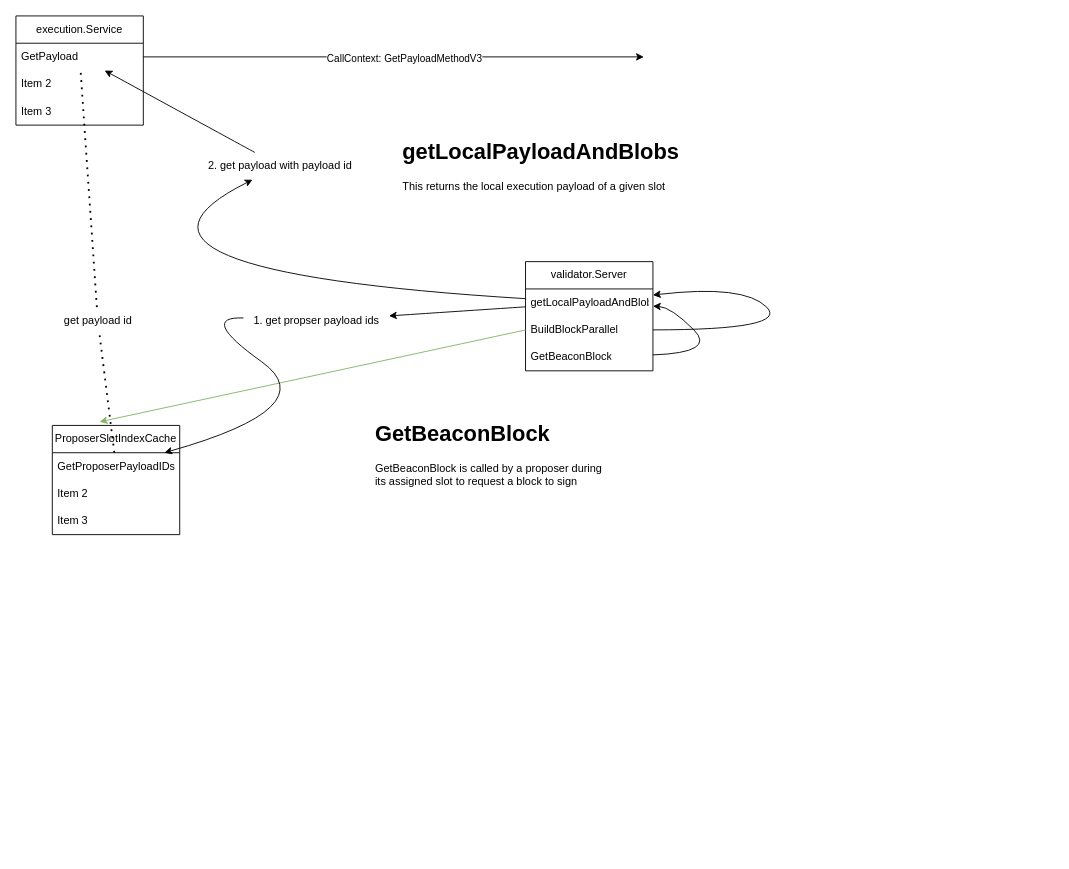
Before: eth/beacon.drawio in uz2020/draw, a draw.io diagram. Source tidied: cells renumbered, new cells numbered last; positions are measured from the earlier drawing's top-left corner, leaving out a move shared by most shapes. Both pictures are drawn from the tidied source at 91%, with x=0, y=0 at pixel (15, 15).
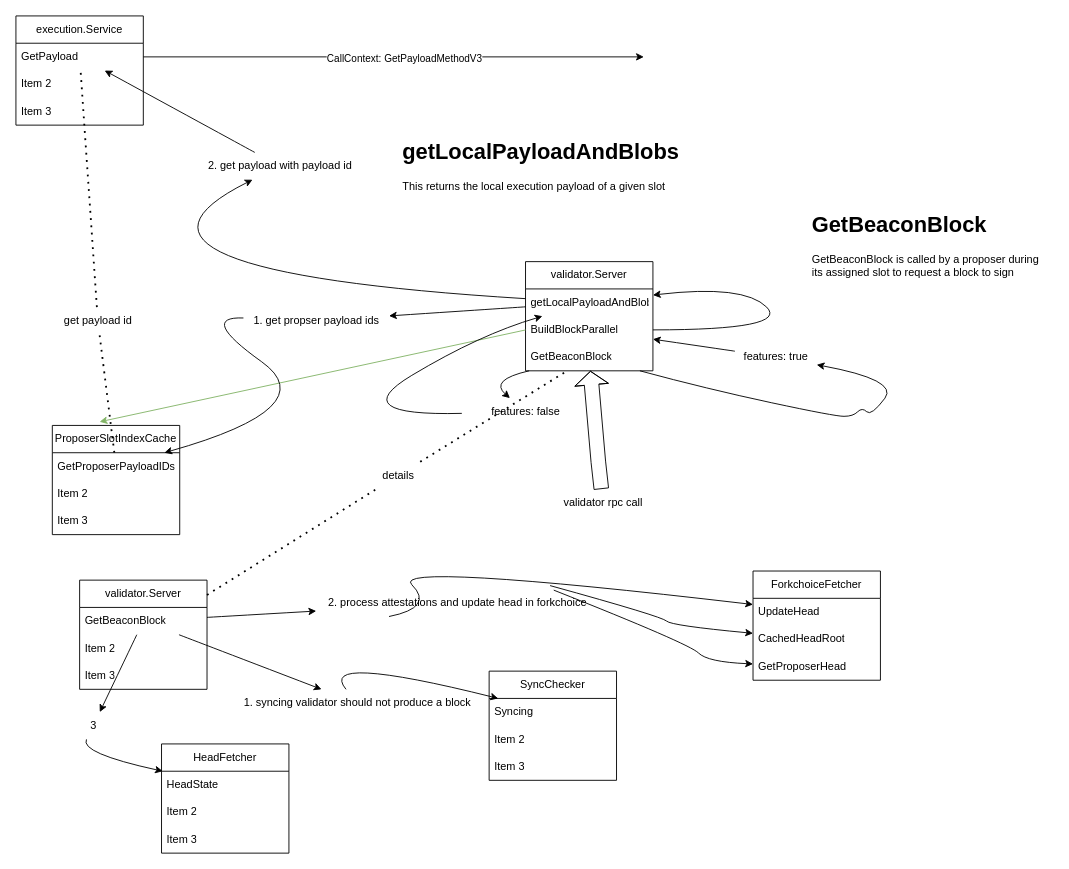
The same diagram, later.

Unchanged cells that the change refers to:
```xml
<mxCell id="9" value="validator.Server" style="swimlane;fontStyle=0;horizontal=1;startSize=30;whiteSpace=wrap;html=1;" parent="1" vertex="1">
  <mxGeometry x="560" y="270" width="140" height="120" as="geometry" />
</mxCell>
<mxCell id="10" value="getLocalPayloadAndBlobs" style="text;strokeColor=none;fillColor=none;align=left;verticalAlign=middle;spacingLeft=4;spacingRight=4;overflow=hidden;points=[[0,0.5],[1,0.5]];portConstraint=eastwest;whiteSpace=wrap;html=1;" parent="9" vertex="1">
  <mxGeometry y="30" width="140" height="30" as="geometry" />
</mxCell>
<mxCell id="11" value="BuildBlockParallel" style="text;strokeColor=none;fillColor=none;align=left;verticalAlign=middle;spacingLeft=4;spacingRight=4;overflow=hidden;points=[[0,0.5],[1,0.5]];portConstraint=eastwest;whiteSpace=wrap;html=1;" parent="9" vertex="1">
  <mxGeometry y="60" width="140" height="30" as="geometry" />
</mxCell>
<mxCell id="12" value="GetBeaconBlock" style="text;strokeColor=none;fillColor=none;align=left;verticalAlign=middle;spacingLeft=4;spacingRight=4;overflow=hidden;points=[[0,0.5],[1,0.5]];portConstraint=eastwest;whiteSpace=wrap;html=1;" parent="9" vertex="1">
  <mxGeometry y="90" width="140" height="30" as="geometry" />
</mxCell>
```

The edit, as a diff of the source:
```diff
@@
-    <mxCell id="14" style="curved=1;endArrow=classic;html=1;rounded=0;" parent="9" edge="1" source="12" target="10">
-      <mxGeometry relative="1" as="geometry">
-        <Array as="points">
-          <mxPoint x="210" y="100" />
-          <mxPoint x="160" y="50" />
-        </Array>
-      </mxGeometry>
-    </mxCell>
@@
     <mxCell id="30" value="&lt;h1&gt;GetBeaconBlock&lt;/h1&gt;&lt;div&gt;GetBeaconBlock is called by a proposer during its assigned slot to request a block to sign&lt;br&gt;&lt;/div&gt;" style="text;html=1;strokeColor=none;fillColor=none;spacing=5;spacingTop=-20;whiteSpace=wrap;overflow=hidden;rounded=0;" parent="1" vertex="1">
-      <mxGeometry x="390" y="440" width="270" height="110" as="geometry" />
+      <mxGeometry x="870" y="210" width="270" height="110" as="geometry" />
     </mxCell>
+    <mxCell id="31" style="shape=flexArrow;endArrow=classic;html=1;rounded=0;width=16;endSize=4.62;" parent="1" edge="1" source="39" target="12">
+      <mxGeometry relative="1" as="geometry">
+        <Array as="points">
+          <mxPoint x="640" y="490" />
+        </Array>
+      </mxGeometry>
+    </mxCell>
+    <mxCell id="32" value="features: true" style="text;html=1;align=center;verticalAlign=middle;points=[];strokeColor=none;fillColor=none;" parent="1" vertex="1">
+      <mxGeometry x="790" y="360" width="90" height="30" as="geometry" />
+    </mxCell>
+    <mxCell id="33" style="curved=1;endArrow=classic;html=1;rounded=0;" parent="1" edge="1" source="12" target="32">
+      <mxGeometry relative="1" as="geometry">
+        <Array as="points">
+          <mxPoint x="760" y="410" />
+          <mxPoint x="900" y="440" />
+          <mxPoint x="920" y="440" />
+          <mxPoint x="930" y="430" />
+          <mxPoint x="940" y="440" />
+          <mxPoint x="970" y="400" />
+        </Array>
+      </mxGeometry>
+    </mxCell>
+    <mxCell id="34" style="curved=1;endArrow=classic;html=1;rounded=0;" parent="1" edge="1" source="32" target="11">
+      <mxGeometry relative="1" as="geometry" />
+    </mxCell>
+    <mxCell id="35" value="features: false" style="text;html=1;align=center;verticalAlign=middle;points=[];strokeColor=none;fillColor=none;" parent="1" vertex="1">
+      <mxGeometry x="490" y="420" width="140" height="30" as="geometry" />
+    </mxCell>
+    <mxCell id="36" style="curved=1;endArrow=classic;html=1;rounded=0;" parent="1" edge="1" source="12" target="35">
+      <mxGeometry relative="1" as="geometry">
+        <Array as="points">
+          <mxPoint x="520" y="400" />
+        </Array>
+      </mxGeometry>
+    </mxCell>
+    <mxCell id="37" style="curved=1;endArrow=classic;html=1;rounded=0;" parent="1" edge="1" source="35" target="10">
+      <mxGeometry relative="1" as="geometry">
+        <Array as="points">
+          <mxPoint x="360" y="440" />
+          <mxPoint x="510" y="350" />
+        </Array>
+      </mxGeometry>
+    </mxCell>
+    <mxCell id="38" style="shape=flexArrow;endArrow=classic;html=1;rounded=0;width=16;endSize=4.62;" parent="1" edge="1" target="39">
+      <mxGeometry relative="1" as="geometry">
+        <mxPoint x="640" y="550" as="sourcePoint" />
+      </mxGeometry>
+    </mxCell>
+    <mxCell id="39" value="validator rpc call&lt;br&gt;" style="text;html=1;align=center;verticalAlign=middle;points=[];strokeColor=none;fillColor=none;" parent="1" vertex="1">
+      <mxGeometry x="590" y="520" width="110" height="30" as="geometry" />
+    </mxCell>
+    <mxCell id="40" value="validator.Server" style="swimlane;fontStyle=0;horizontal=1;startSize=30;whiteSpace=wrap;html=1;" parent="1" vertex="1">
+      <mxGeometry x="70" y="620" width="140" height="120" as="geometry" />
+    </mxCell>
+    <mxCell id="41" value="GetBeaconBlock" style="text;strokeColor=none;fillColor=none;align=left;verticalAlign=middle;spacingLeft=4;spacingRight=4;overflow=hidden;points=[[0,0.5],[1,0.5]];portConstraint=eastwest;whiteSpace=wrap;html=1;" parent="40" vertex="1">
+      <mxGeometry y="30" width="140" height="30" as="geometry" />
+    </mxCell>
+    <mxCell id="42" value="Item 2" style="text;strokeColor=none;fillColor=none;align=left;verticalAlign=middle;spacingLeft=4;spacingRight=4;overflow=hidden;whiteSpace=wrap;html=1;" parent="40" vertex="1">
+      <mxGeometry y="60" width="140" height="30" as="geometry" />
+    </mxCell>
+    <mxCell id="43" value="Item 3" style="text;strokeColor=none;fillColor=none;align=left;verticalAlign=middle;spacingLeft=4;spacingRight=4;overflow=hidden;whiteSpace=wrap;html=1;" parent="40" vertex="1">
+      <mxGeometry y="90" width="140" height="30" as="geometry" />
+    </mxCell>
+    <mxCell id="44" style="endArrow=none;dashed=1;html=1;dashPattern=1 3;strokeWidth=2;rounded=0;" parent="1" edge="1" source="46" target="12">
+      <mxGeometry relative="1" as="geometry" />
+    </mxCell>
+    <mxCell id="45" style="endArrow=none;dashed=1;html=1;dashPattern=1 3;strokeWidth=2;rounded=0;" parent="1" edge="1" source="40" target="46">
+      <mxGeometry relative="1" as="geometry" />
+    </mxCell>
+    <mxCell id="46" value="details" style="text;html=1;align=center;verticalAlign=middle;points=[];strokeColor=none;fillColor=none;" parent="1" vertex="1">
+      <mxGeometry x="390" y="490" width="60" height="30" as="geometry" />
+    </mxCell>
+    <mxCell id="47" value="SyncChecker" style="swimlane;fontStyle=0;horizontal=1;startSize=30;whiteSpace=wrap;html=1;" parent="1" vertex="1">
+      <mxGeometry x="520" y="720" width="140" height="120" as="geometry" />
+    </mxCell>
+    <mxCell id="48" value="Syncing" style="text;strokeColor=none;fillColor=none;align=left;verticalAlign=middle;spacingLeft=4;spacingRight=4;overflow=hidden;points=[[0,0.5],[1,0.5]];portConstraint=eastwest;whiteSpace=wrap;html=1;" parent="47" vertex="1">
+      <mxGeometry y="30" width="140" height="30" as="geometry" />
+    </mxCell>
+    <mxCell id="49" value="Item 2" style="text;strokeColor=none;fillColor=none;align=left;verticalAlign=middle;spacingLeft=4;spacingRight=4;overflow=hidden;whiteSpace=wrap;html=1;" parent="47" vertex="1">
+      <mxGeometry y="60" width="140" height="30" as="geometry" />
+    </mxCell>
+    <mxCell id="50" value="Item 3" style="text;strokeColor=none;fillColor=none;align=left;verticalAlign=middle;spacingLeft=4;spacingRight=4;overflow=hidden;whiteSpace=wrap;html=1;" parent="47" vertex="1">
+      <mxGeometry y="90" width="140" height="30" as="geometry" />
+    </mxCell>
+    <mxCell id="51" value="ForkchoiceFetcher" style="swimlane;fontStyle=0;horizontal=1;startSize=30;whiteSpace=wrap;html=1;" parent="1" vertex="1">
+      <mxGeometry x="810" y="610" width="140" height="120" as="geometry" />
+    </mxCell>
+    <mxCell id="52" value="UpdateHead" style="text;strokeColor=none;fillColor=none;align=left;verticalAlign=middle;spacingLeft=4;spacingRight=4;overflow=hidden;points=[[0,0.5],[1,0.5]];portConstraint=eastwest;whiteSpace=wrap;html=1;" parent="51" vertex="1">
+      <mxGeometry y="30" width="140" height="30" as="geometry" />
+    </mxCell>
+    <mxCell id="53" value="CachedHeadRoot" style="text;strokeColor=none;fillColor=none;align=left;verticalAlign=middle;spacingLeft=4;spacingRight=4;overflow=hidden;points=[[0,0.5],[1,0.5]];portConstraint=eastwest;whiteSpace=wrap;html=1;" parent="51" vertex="1">
+      <mxGeometry y="60" width="140" height="30" as="geometry" />
+    </mxCell>
+    <mxCell id="54" value="GetProposerHead" style="text;strokeColor=none;fillColor=none;align=left;verticalAlign=middle;spacingLeft=4;spacingRight=4;overflow=hidden;points=[[0,0.5],[1,0.5]];portConstraint=eastwest;whiteSpace=wrap;html=1;" parent="51" vertex="1">
+      <mxGeometry y="90" width="140" height="30" as="geometry" />
+    </mxCell>
+    <mxCell id="55" style="curved=1;endArrow=classic;html=1;rounded=0;" parent="1" edge="1" source="57" target="48">
+      <mxGeometry relative="1" as="geometry">
+        <Array as="points">
+          <mxPoint x="330" y="700" />
+        </Array>
+      </mxGeometry>
+    </mxCell>
+    <mxCell id="56" style="curved=1;endArrow=classic;html=1;rounded=0;" parent="1" edge="1" source="41" target="57">
+      <mxGeometry relative="1" as="geometry" />
+    </mxCell>
+    <mxCell id="57" value="1. syncing validator should not produce a block" style="text;html=1;align=center;verticalAlign=middle;points=[];strokeColor=none;fillColor=none;" parent="1" vertex="1">
+      <mxGeometry x="240" y="740" width="270" height="30" as="geometry" />
+    </mxCell>
+    <mxCell id="58" style="curved=1;endArrow=classic;html=1;rounded=0;" parent="1" edge="1" source="60" target="52">
+      <mxGeometry relative="1" as="geometry">
+        <Array as="points">
+          <mxPoint x="460" y="650" />
+          <mxPoint x="410" y="600" />
+        </Array>
+      </mxGeometry>
+    </mxCell>
+    <mxCell id="59" style="curved=1;endArrow=classic;html=1;rounded=0;" parent="1" edge="1" source="41" target="60">
+      <mxGeometry relative="1" as="geometry" />
+    </mxCell>
+    <mxCell id="60" value="2. process attestations and update head in forkchoice" style="text;html=1;align=center;verticalAlign=middle;points=[];strokeColor=none;fillColor=none;" parent="1" vertex="1">
+      <mxGeometry x="330" y="630" width="310" height="30" as="geometry" />
+    </mxCell>
+    <mxCell id="61" value="HeadFetcher" style="swimlane;fontStyle=0;horizontal=1;startSize=30;whiteSpace=wrap;html=1;" parent="1" vertex="1">
+      <mxGeometry x="160" y="800" width="140" height="120" as="geometry" />
+    </mxCell>
+    <mxCell id="62" value="HeadState" style="text;strokeColor=none;fillColor=none;align=left;verticalAlign=middle;spacingLeft=4;spacingRight=4;overflow=hidden;points=[[0,0.5],[1,0.5]];portConstraint=eastwest;whiteSpace=wrap;html=1;" parent="61" vertex="1">
+      <mxGeometry y="30" width="140" height="30" as="geometry" />
+    </mxCell>
+    <mxCell id="63" value="Item 2" style="text;strokeColor=none;fillColor=none;align=left;verticalAlign=middle;spacingLeft=4;spacingRight=4;overflow=hidden;whiteSpace=wrap;html=1;" parent="61" vertex="1">
+      <mxGeometry y="60" width="140" height="30" as="geometry" />
+    </mxCell>
+    <mxCell id="64" value="Item 3" style="text;strokeColor=none;fillColor=none;align=left;verticalAlign=middle;spacingLeft=4;spacingRight=4;overflow=hidden;whiteSpace=wrap;html=1;" parent="61" vertex="1">
+      <mxGeometry y="90" width="140" height="30" as="geometry" />
+    </mxCell>
+    <mxCell id="65" style="curved=1;endArrow=classic;html=1;rounded=0;" parent="1" edge="1" source="67" target="62">
+      <mxGeometry relative="1" as="geometry">
+        <Array as="points">
+          <mxPoint x="70" y="810" />
+        </Array>
+      </mxGeometry>
+    </mxCell>
+    <mxCell id="66" style="curved=1;endArrow=classic;html=1;rounded=0;" parent="1" edge="1" source="41" target="67">
+      <mxGeometry relative="1" as="geometry" />
+    </mxCell>
+    <mxCell id="67" value="3" style="text;html=1;align=center;verticalAlign=middle;points=[];strokeColor=none;fillColor=none;" parent="1" vertex="1">
+      <mxGeometry x="70" y="765" width="30" height="30" as="geometry" />
+    </mxCell>
+    <mxCell id="68" style="curved=1;endArrow=classic;html=1;rounded=0;exitX=0.829;exitY=-0.133;exitDx=0;exitDy=0;exitPerimeter=0;" parent="1" edge="1" source="60" target="53">
+      <mxGeometry relative="1" as="geometry">
+        <Array as="points">
+          <mxPoint x="710" y="660" />
+          <mxPoint x="720" y="670" />
+        </Array>
+      </mxGeometry>
+    </mxCell>
+    <mxCell id="69" style="curved=1;endArrow=classic;html=1;rounded=0;exitX=0.842;exitY=0.033;exitDx=0;exitDy=0;exitPerimeter=0;" parent="1" edge="1" source="60" target="54">
+      <mxGeometry relative="1" as="geometry">
+        <Array as="points">
+          <mxPoint x="740" y="690" />
+          <mxPoint x="760" y="710" />
+        </Array>
+      </mxGeometry>
+    </mxCell>
```
